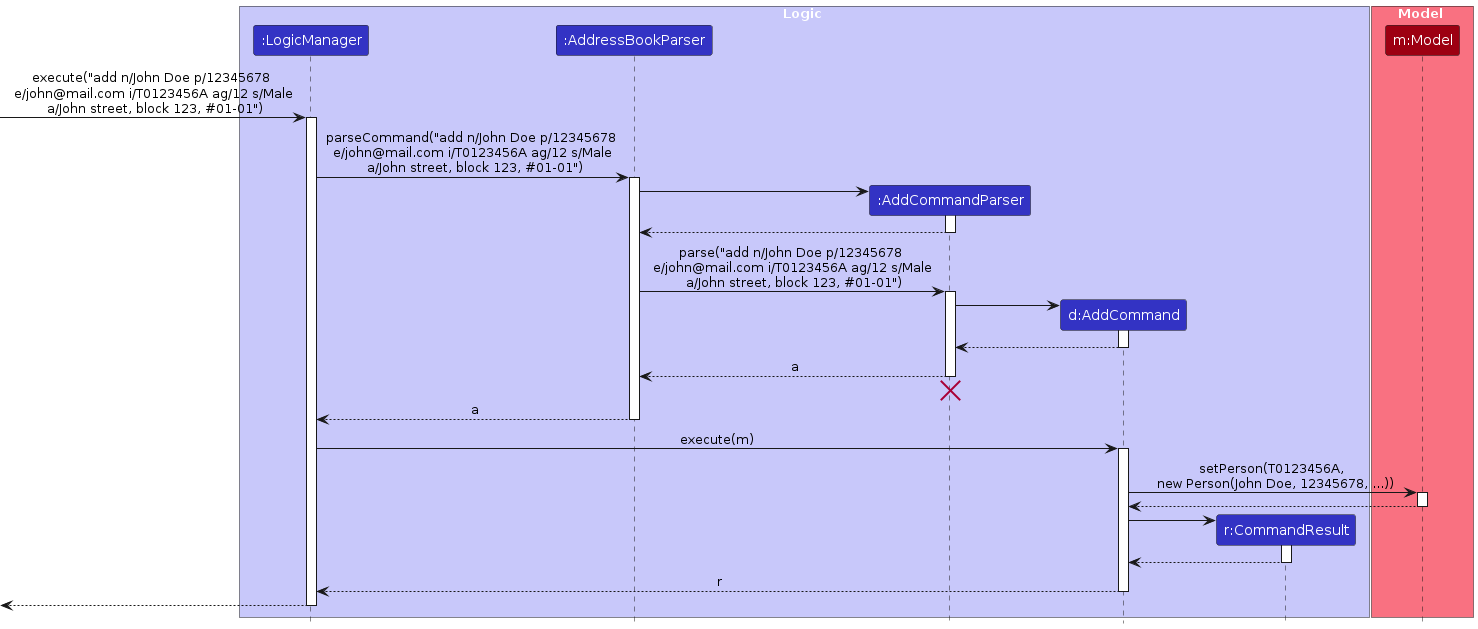
AY2324S2-CS2103T-F14-2/tp keeps this PlantUML diagram as diagrams/AddCommandDiagram.png. Above is the earlier version. Its source is kept beside it as diagrams/AddCommandDiagram.puml.
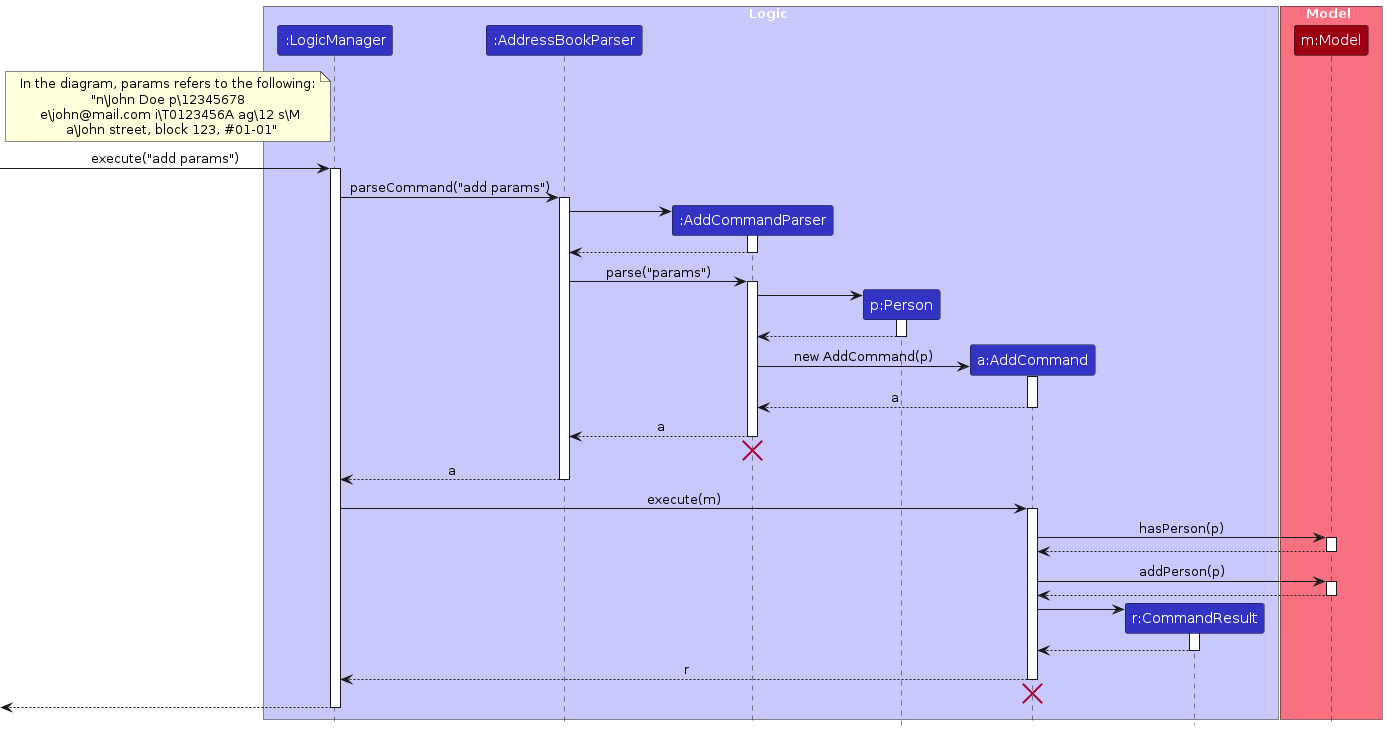
Above is the later version.

Change to the diagram source:
```diff
@@ -6,7 +6,8 @@
 participant ":LogicManager" as LogicManager LOGIC_COLOR
 participant ":AddressBookParser" as AddressBookParser LOGIC_COLOR
 participant ":AddCommandParser" as AddCommandParser LOGIC_COLOR
-participant "d:AddCommand" as AddCommand LOGIC_COLOR
+participant "p:Person" as Person LOGIC_COLOR
+participant "a:AddCommand" as AddCommand LOGIC_COLOR
 participant "r:CommandResult" as CommandResult LOGIC_COLOR
 end box
 
@@ -14,10 +15,17 @@
 participant "m:Model" as Model MODEL_COLOR
 end box
 
-[-> LogicManager : execute("add n/John Doe p/12345678 \n e/john@mail.com i/T0123456A ag/12 s/Male \n a/John street, block 123, #01-01")
+note left of LogicManager
+  In the diagram, params refers to the following:
+  "n\John Doe p\12345678
+   e\john@mail.com i\T0123456A ag\12 s\M
+    a\John street, block 123, #01-01"
+end note
+
+[-> LogicManager : execute("add params")
 activate LogicManager
 
-LogicManager -> AddressBookParser : parseCommand("add n/John Doe p/12345678 \n e/john@mail.com i/T0123456A ag/12 s/Male \n a/John street, block 123, #01-01")
+LogicManager -> AddressBookParser : parseCommand("add params")
 activate AddressBookParser
 
 create AddCommandParser
@@ -27,14 +35,21 @@
 AddCommandParser --> AddressBookParser
 deactivate AddCommandParser
 
-AddressBookParser -> AddCommandParser : parse("add n/John Doe p/12345678 \n e/john@mail.com i/T0123456A ag/12 s/Male \n a/John street, block 123, #01-01")
+AddressBookParser -> AddCommandParser : parse("params")
 activate AddCommandParser
 
+create Person
+AddCommandParser -> Person:
+activate Person
+
+Person --> AddCommandParser
+deactivate Person
+
 create AddCommand
-AddCommandParser -> AddCommand
+AddCommandParser -> AddCommand : new AddCommand(p)
 activate AddCommand
 
-AddCommand --> AddCommandParser :
+AddCommand --> AddCommandParser : a
 deactivate AddCommand
 
 AddCommandParser --> AddressBookParser : a
@@ -48,7 +63,13 @@
 LogicManager -> AddCommand : execute(m)
 activate AddCommand
 
-AddCommand -> Model : setPerson(T0123456A, \n new Person(John Doe, 12345678, ...))
+AddCommand -> Model : hasPerson(p)
+activate Model
+
+Model --> AddCommand
+deactivate Model
+
+AddCommand -> Model : addPerson(p)
 activate Model
 
 Model --> AddCommand
@@ -64,6 +85,9 @@
 AddCommand --> LogicManager : r
 deactivate AddCommand
 
+AddCommand -[hidden]-> LogicManager
+destroy AddCommand
+
 [<--LogicManager
 deactivate LogicManager
 @enduml
```
